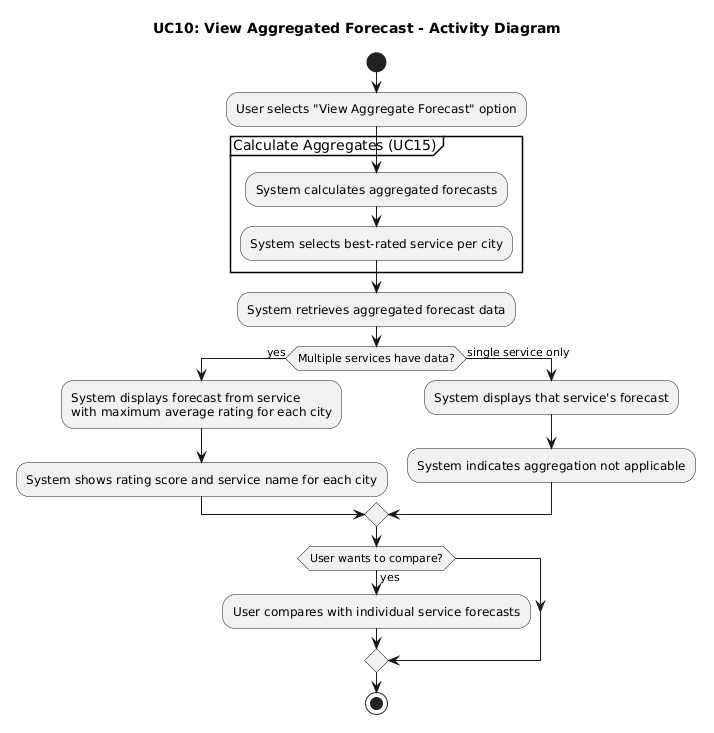
This is requirements/activity_diagrams/UC10_View_Aggregated_Forecast.png from ManosMorf97/Weather-Forecasts-AI-Remastered, a PlantUML export, as it was before one commit. Its diagram source:
```plantuml
@startuml
title UC10: View Aggregated Forecast - Activity Diagram

start
:User selects "View Aggregate Forecast" option;

partition "Calculate Aggregates (UC15)" {
  :System calculates aggregated forecasts;
  :System selects best-rated service per city;
}

:System retrieves aggregated forecast data;

if (Multiple services have data?) then (yes)
  :System displays forecast from service
  with maximum average rating for each city;
  :System shows rating score and service name for each city;
else (single service only)
  :System displays that service's forecast;
  :System indicates aggregation not applicable;
endif

if (User wants to compare?) then (yes)
  :User compares with individual service forecasts;
endif

stop
@enduml
```
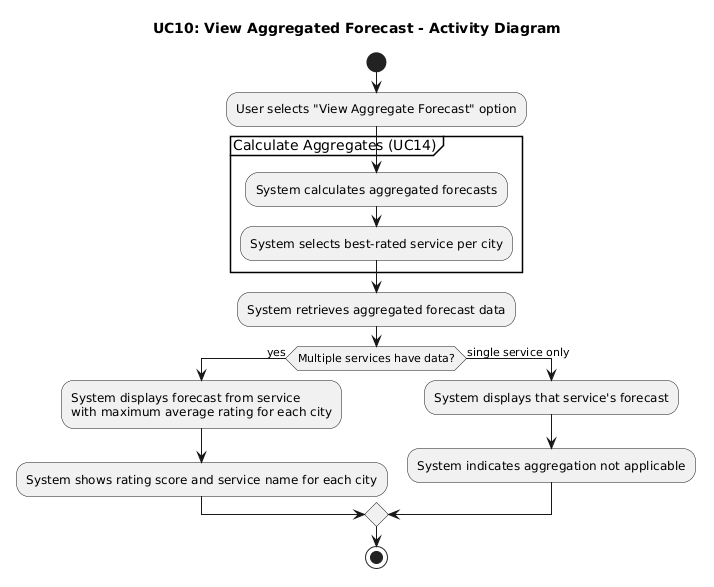
The same diagram one commit later.

Diff of the diagram source:
```diff
@@ -4,7 +4,7 @@
 start
 :User selects "View Aggregate Forecast" option;
 
-partition "Calculate Aggregates (UC15)" {
+partition "Calculate Aggregates (UC14)" {
   :System calculates aggregated forecasts;
   :System selects best-rated service per city;
 }
@@ -20,9 +20,5 @@
   :System indicates aggregation not applicable;
 endif
 
-if (User wants to compare?) then (yes)
-  :User compares with individual service forecasts;
-endif
-
 stop
 @enduml
```
